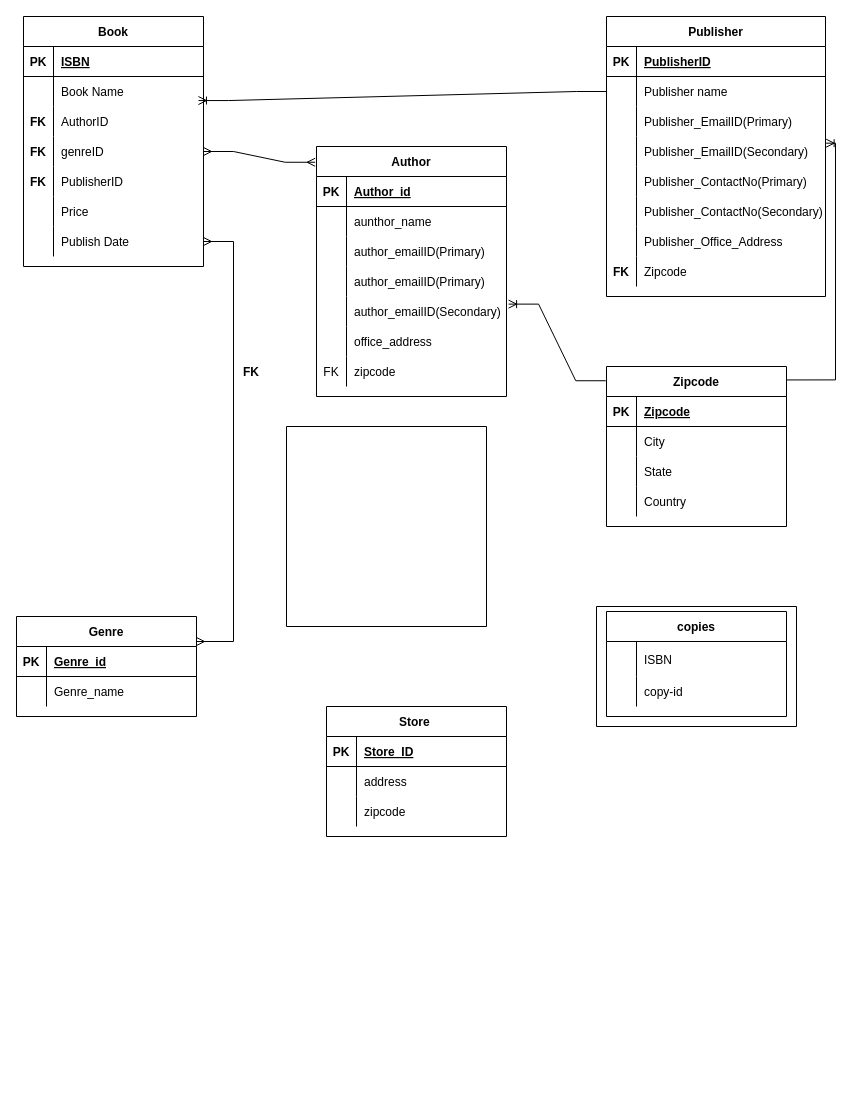
This is Untitled Diagram.drawio from NikhilK-crypto/DBMS, a draw.io file, before an edit. Source tidied: cells renumbered, new cells numbered last; positions are measured from the earlier drawing's top-left corner, leaving out a move shared by most shapes. Both pictures are drawn from the tidied source at 100%, with x=0, y=0 at pixel (16, 16).
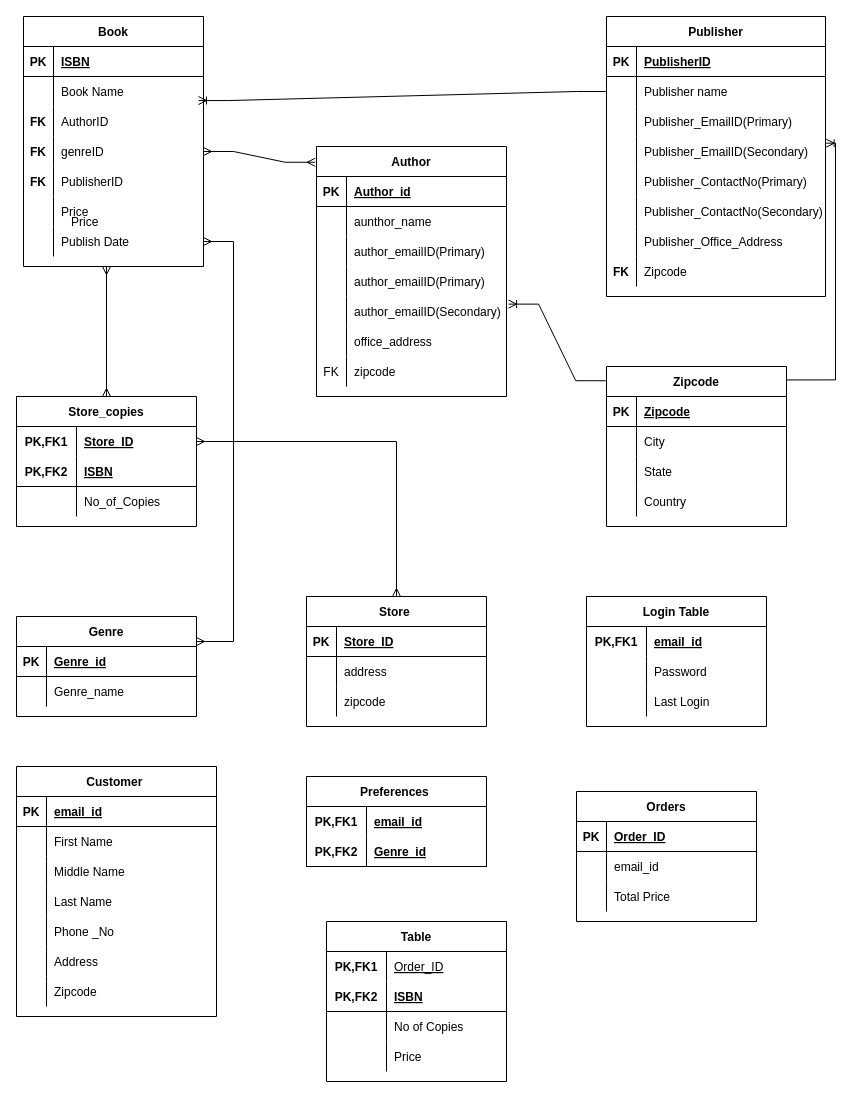
Above is the later version.

The edit, as a diff of the source:
```diff
@@
-    <mxCell id="99" value="FK" style="shape=partialRectangle;fillColor=none;top=0;left=0;bottom=0;right=0;overflow=hidden;fontStyle=1;" parent="1" vertex="1">
-      <mxGeometry x="220" y="340" width="30" height="30" as="geometry" />
-    </mxCell>
-    <mxCell id="100" value="copies" style="shape=table;startSize=30;childLayout=tableLayout;rowLines=0;fontStyle=1;align=center;" parent="1" vertex="1">
-      <mxGeometry x="590" y="595" width="180" height="105" as="geometry" />
-    </mxCell>
-    <mxCell id="101" style="shape=tableRow;horizontal=0;startSize=0;swimlaneHead=0;swimlaneBody=0;fillColor=none;top=0;left=0;right=0;bottom=0;" parent="100" vertex="1">
-      <mxGeometry y="30" width="180" height="35" as="geometry" />
-    </mxCell>
-    <mxCell id="102" style="shape=partialRectangle;fillColor=none;top=0;left=0;bottom=0;right=0;overflow=hidden;" parent="101" vertex="1">
-      <mxGeometry width="30" height="35" as="geometry" />
-    </mxCell>
-    <mxCell id="103" value="ISBN" style="shape=partialRectangle;fillColor=none;top=0;left=0;bottom=0;right=0;align=left;spacingLeft=6;overflow=hidden;" parent="101" vertex="1">
-      <mxGeometry x="30" width="150" height="35" as="geometry" />
-    </mxCell>
-    <mxCell id="104" style="shape=tableRow;horizontal=0;startSize=0;swimlaneHead=0;swimlaneBody=0;fillColor=none;top=0;left=0;right=0;bottom=0;" parent="100" vertex="1">
-      <mxGeometry y="65" width="180" height="30" as="geometry" />
-    </mxCell>
-    <mxCell id="105" style="shape=partialRectangle;fillColor=none;top=0;left=0;bottom=0;right=0;overflow=hidden;" parent="104" vertex="1">
-      <mxGeometry width="30" height="30" as="geometry" />
-    </mxCell>
-    <mxCell id="106" value="copy-id" style="shape=partialRectangle;fillColor=none;top=0;left=0;bottom=0;right=0;align=left;spacingLeft=6;overflow=hidden;" parent="104" vertex="1">
-      <mxGeometry x="30" width="150" height="30" as="geometry" />
-    </mxCell>
-    <mxCell id="107" style="swimlane;startSize=0;" parent="1" vertex="1">
-      <mxGeometry x="270" y="410" width="200" height="200" as="geometry" />
-    </mxCell>
-    <mxCell id="108" style="swimlane;startSize=0;" parent="1" vertex="1">
-      <mxGeometry x="580" y="590" width="200" height="120" as="geometry" />
-    </mxCell>
     <mxCell id="109" value="Store " style="shape=table;startSize=30;childLayout=tableLayout;rowLines=0;fontStyle=1;align=center;" parent="1" vertex="1">
-      <mxGeometry x="310" y="690" width="180" height="130" as="geometry" />
+      <mxGeometry x="290" y="580" width="180" height="130" as="geometry" />
     </mxCell>
@@
+    <mxCell id="119" value="Store_copies" style="shape=table;startSize=30;childLayout=tableLayout;rowLines=0;fontStyle=1;align=center;" parent="1" vertex="1">
+      <mxGeometry y="380" width="180" height="130" as="geometry" />
+    </mxCell>
+    <mxCell id="120" style="shape=tableRow;horizontal=0;startSize=0;swimlaneHead=0;swimlaneBody=0;fillColor=none;points=[[0,0.5],[1,0.5]];portConstraint=eastwest;top=0;left=0;right=0;bottom=0;" parent="119" vertex="1">
+      <mxGeometry y="30" width="180" height="30" as="geometry" />
+    </mxCell>
+    <mxCell id="121" value="PK,FK1" style="shape=partialRectangle;fillColor=none;top=0;left=0;bottom=0;right=0;fontStyle=1;overflow=hidden;" parent="120" vertex="1">
+      <mxGeometry width="60" height="30" as="geometry" />
+    </mxCell>
+    <mxCell id="122" value="Store_ID" style="shape=partialRectangle;fillColor=none;top=0;left=0;bottom=0;right=0;align=left;spacingLeft=6;fontStyle=5;overflow=hidden;" parent="120" vertex="1">
+      <mxGeometry x="60" width="120" height="30" as="geometry" />
+    </mxCell>
+    <mxCell id="123" style="shape=tableRow;horizontal=0;startSize=0;swimlaneHead=0;swimlaneBody=0;fillColor=none;top=0;left=0;right=0;bottom=1;" parent="119" vertex="1">
+      <mxGeometry y="60" width="180" height="30" as="geometry" />
+    </mxCell>
+    <mxCell id="124" value="PK,FK2" style="shape=partialRectangle;fillColor=none;top=0;left=0;bottom=0;right=0;fontStyle=1;overflow=hidden;" parent="123" vertex="1">
+      <mxGeometry width="60" height="30" as="geometry" />
+    </mxCell>
+    <mxCell id="125" value="ISBN" style="shape=partialRectangle;fillColor=none;top=0;left=0;bottom=0;right=0;align=left;spacingLeft=6;fontStyle=5;overflow=hidden;" parent="123" vertex="1">
+      <mxGeometry x="60" width="120" height="30" as="geometry" />
+    </mxCell>
+    <mxCell id="126" style="shape=tableRow;horizontal=0;startSize=0;swimlaneHead=0;swimlaneBody=0;fillColor=none;top=0;left=0;right=0;bottom=0;" parent="119" vertex="1">
+      <mxGeometry y="90" width="180" height="30" as="geometry" />
+    </mxCell>
+    <mxCell id="127" style="shape=partialRectangle;fillColor=none;top=0;left=0;bottom=0;right=0;overflow=hidden;" parent="126" vertex="1">
+      <mxGeometry width="60" height="30" as="geometry" />
+    </mxCell>
+    <mxCell id="128" value="No_of_Copies" style="shape=partialRectangle;fillColor=none;top=0;left=0;bottom=0;right=0;align=left;spacingLeft=6;overflow=hidden;" parent="126" vertex="1">
+      <mxGeometry x="60" width="120" height="30" as="geometry" />
+    </mxCell>
+    <mxCell id="129" style="fontSize=12;html=1;endArrow=ERmany;startArrow=ERmany;rounded=0;exitX=0.5;exitY=0;exitDx=0;exitDy=0;" parent="1" edge="1" source="119">
+      <mxGeometry relative="1" as="geometry">
+        <mxPoint x="90" y="250" as="targetPoint" />
+      </mxGeometry>
+    </mxCell>
+    <mxCell id="130" style="fontSize=12;html=1;endArrow=ERmany;startArrow=ERmany;rounded=0;exitX=0.5;exitY=0;exitDx=0;exitDy=0;edgeStyle=orthogonalEdgeStyle;entryX=1;entryY=0.5;entryDx=0;entryDy=0;" parent="1" edge="1" source="109" target="120">
+      <mxGeometry relative="1" as="geometry" />
+    </mxCell>
+    <mxCell id="131" value="Customer " style="shape=table;startSize=30;childLayout=tableLayout;rowLines=0;fontStyle=1;align=center;" parent="1" vertex="1">
+      <mxGeometry y="750" width="200" height="250" as="geometry" />
+    </mxCell>
+    <mxCell id="132" style="shape=tableRow;horizontal=0;startSize=0;swimlaneHead=0;swimlaneBody=0;fillColor=none;top=0;left=0;right=0;bottom=1;" parent="131" vertex="1">
+      <mxGeometry y="30" width="200" height="30" as="geometry" />
+    </mxCell>
+    <mxCell id="133" value="PK" style="shape=partialRectangle;fillColor=none;top=0;left=0;bottom=0;right=0;fontStyle=1;overflow=hidden;" parent="132" vertex="1">
+      <mxGeometry width="30" height="30" as="geometry" />
+    </mxCell>
+    <mxCell id="134" value="email_id" style="shape=partialRectangle;fillColor=none;top=0;left=0;bottom=0;right=0;align=left;spacingLeft=6;fontStyle=5;overflow=hidden;" parent="132" vertex="1">
+      <mxGeometry x="30" width="170" height="30" as="geometry" />
+    </mxCell>
+    <mxCell id="135" style="shape=tableRow;horizontal=0;startSize=0;swimlaneHead=0;swimlaneBody=0;fillColor=none;top=0;left=0;right=0;bottom=0;" parent="131" vertex="1">
+      <mxGeometry y="60" width="200" height="30" as="geometry" />
+    </mxCell>
+    <mxCell id="136" style="shape=partialRectangle;fillColor=none;top=0;left=0;bottom=0;right=0;overflow=hidden;" parent="135" vertex="1">
+      <mxGeometry width="30" height="30" as="geometry" />
+    </mxCell>
+    <mxCell id="137" value="First Name" style="shape=partialRectangle;fillColor=none;top=0;left=0;bottom=0;right=0;align=left;spacingLeft=6;overflow=hidden;" parent="135" vertex="1">
+      <mxGeometry x="30" width="170" height="30" as="geometry" />
+    </mxCell>
+    <mxCell id="138" style="shape=tableRow;horizontal=0;startSize=0;swimlaneHead=0;swimlaneBody=0;fillColor=none;top=0;left=0;right=0;bottom=0;" parent="131" vertex="1">
+      <mxGeometry y="90" width="200" height="30" as="geometry" />
+    </mxCell>
+    <mxCell id="139" style="shape=partialRectangle;fillColor=none;top=0;left=0;bottom=0;right=0;overflow=hidden;" parent="138" vertex="1">
+      <mxGeometry width="30" height="30" as="geometry" />
+    </mxCell>
+    <mxCell id="140" value="Middle Name" style="shape=partialRectangle;fillColor=none;top=0;left=0;bottom=0;right=0;align=left;spacingLeft=6;overflow=hidden;" parent="138" vertex="1">
+      <mxGeometry x="30" width="170" height="30" as="geometry" />
+    </mxCell>
+    <mxCell id="141" style="shape=tableRow;horizontal=0;startSize=0;swimlaneHead=0;swimlaneBody=0;fillColor=none;top=0;left=0;right=0;bottom=0;" parent="131" vertex="1">
+      <mxGeometry y="120" width="200" height="30" as="geometry" />
+    </mxCell>
+    <mxCell id="142" style="shape=partialRectangle;fillColor=none;top=0;left=0;bottom=0;right=0;overflow=hidden;" parent="141" vertex="1">
+      <mxGeometry width="30" height="30" as="geometry" />
+    </mxCell>
+    <mxCell id="143" value="Last Name " style="shape=partialRectangle;fillColor=none;top=0;left=0;bottom=0;right=0;align=left;spacingLeft=6;overflow=hidden;" parent="141" vertex="1">
+      <mxGeometry x="30" width="170" height="30" as="geometry" />
+    </mxCell>
+    <mxCell id="144" style="shape=tableRow;horizontal=0;startSize=0;swimlaneHead=0;swimlaneBody=0;fillColor=none;top=0;left=0;right=0;bottom=0;" parent="131" vertex="1">
+      <mxGeometry y="150" width="200" height="30" as="geometry" />
+    </mxCell>
+    <mxCell id="145" style="shape=partialRectangle;fillColor=none;top=0;left=0;bottom=0;right=0;overflow=hidden;" parent="144" vertex="1">
+      <mxGeometry width="30" height="30" as="geometry" />
+    </mxCell>
+    <mxCell id="146" value="Phone _No" style="shape=partialRectangle;fillColor=none;top=0;left=0;bottom=0;right=0;align=left;spacingLeft=6;overflow=hidden;" parent="144" vertex="1">
+      <mxGeometry x="30" width="170" height="30" as="geometry" />
+    </mxCell>
+    <mxCell id="147" style="shape=tableRow;horizontal=0;startSize=0;swimlaneHead=0;swimlaneBody=0;fillColor=none;top=0;left=0;right=0;bottom=0;" parent="131" vertex="1">
+      <mxGeometry y="180" width="200" height="30" as="geometry" />
+    </mxCell>
+    <mxCell id="148" style="shape=partialRectangle;fillColor=none;top=0;left=0;bottom=0;right=0;overflow=hidden;" parent="147" vertex="1">
+      <mxGeometry width="30" height="30" as="geometry" />
+    </mxCell>
+    <mxCell id="149" value="Address" style="shape=partialRectangle;fillColor=none;top=0;left=0;bottom=0;right=0;align=left;spacingLeft=6;overflow=hidden;" parent="147" vertex="1">
+      <mxGeometry x="30" width="170" height="30" as="geometry" />
+    </mxCell>
+    <mxCell id="150" style="shape=tableRow;horizontal=0;startSize=0;swimlaneHead=0;swimlaneBody=0;fillColor=none;top=0;left=0;right=0;bottom=0;" parent="131" vertex="1">
+      <mxGeometry y="210" width="200" height="30" as="geometry" />
+    </mxCell>
+    <mxCell id="151" style="shape=partialRectangle;fillColor=none;top=0;left=0;bottom=0;right=0;overflow=hidden;" parent="150" vertex="1">
+      <mxGeometry width="30" height="30" as="geometry" />
+    </mxCell>
+    <mxCell id="152" value="Zipcode" style="shape=partialRectangle;fillColor=none;top=0;left=0;bottom=0;right=0;align=left;spacingLeft=6;overflow=hidden;" parent="150" vertex="1">
+      <mxGeometry x="30" width="170" height="30" as="geometry" />
+    </mxCell>
+    <mxCell id="153" style="shape=tableRow;horizontal=0;startSize=0;swimlaneHead=0;swimlaneBody=0;fillColor=none;top=0;left=0;right=0;bottom=0;" parent="1" vertex="1">
+      <mxGeometry y="900" width="200" height="30" as="geometry" />
+    </mxCell>
+    <mxCell id="154" style="shape=partialRectangle;fillColor=none;top=0;left=0;bottom=0;right=0;overflow=hidden;" parent="153" vertex="1">
+      <mxGeometry width="30" height="30" as="geometry" />
+    </mxCell>
+    <mxCell id="155" style="shape=tableRow;horizontal=0;startSize=0;swimlaneHead=0;swimlaneBody=0;fillColor=none;top=0;left=0;right=0;bottom=0;" parent="1" vertex="1">
+      <mxGeometry x="17" y="190" width="180" height="30" as="geometry" />
+    </mxCell>
+    <mxCell id="156" style="shape=partialRectangle;fillColor=none;top=0;left=0;bottom=0;right=0;overflow=hidden;" parent="155" vertex="1">
+      <mxGeometry width="30" height="30" as="geometry" />
+    </mxCell>
+    <mxCell id="157" value="Price " style="shape=partialRectangle;fillColor=none;top=0;left=0;bottom=0;right=0;align=left;spacingLeft=6;overflow=hidden;" parent="155" vertex="1">
+      <mxGeometry x="30" width="150" height="30" as="geometry" />
+    </mxCell>
+    <mxCell id="158" value="Login Table" style="shape=table;startSize=30;childLayout=tableLayout;rowLines=0;fontStyle=1;align=center;" parent="1" vertex="1">
+      <mxGeometry x="570" y="580" width="180" height="130" as="geometry" />
+    </mxCell>
+    <mxCell id="159" style="shape=tableRow;horizontal=0;startSize=0;swimlaneHead=0;swimlaneBody=0;fillColor=none;top=0;left=0;right=0;bottom=0;" parent="158" vertex="1">
+      <mxGeometry y="30" width="180" height="30" as="geometry" />
+    </mxCell>
+    <mxCell id="160" value="PK,FK1" style="shape=partialRectangle;fillColor=none;top=0;left=0;bottom=0;right=0;fontStyle=1;overflow=hidden;" parent="159" vertex="1">
+      <mxGeometry width="60" height="30" as="geometry" />
+    </mxCell>
+    <mxCell id="161" value="email_id" style="shape=partialRectangle;fillColor=none;top=0;left=0;bottom=0;right=0;align=left;spacingLeft=6;fontStyle=5;overflow=hidden;" parent="159" vertex="1">
+      <mxGeometry x="60" width="120" height="30" as="geometry" />
+    </mxCell>
+    <mxCell id="162" style="shape=tableRow;horizontal=0;startSize=0;swimlaneHead=0;swimlaneBody=0;fillColor=none;top=0;left=0;right=0;bottom=0;" parent="158" vertex="1">
+      <mxGeometry y="60" width="180" height="30" as="geometry" />
+    </mxCell>
+    <mxCell id="163" style="shape=partialRectangle;fillColor=none;top=0;left=0;bottom=0;right=0;overflow=hidden;" parent="162" vertex="1">
+      <mxGeometry width="60" height="30" as="geometry" />
+    </mxCell>
+    <mxCell id="164" value="Password" style="shape=partialRectangle;fillColor=none;top=0;left=0;bottom=0;right=0;align=left;spacingLeft=6;overflow=hidden;" parent="162" vertex="1">
+      <mxGeometry x="60" width="120" height="30" as="geometry" />
+    </mxCell>
+    <mxCell id="165" style="shape=tableRow;horizontal=0;startSize=0;swimlaneHead=0;swimlaneBody=0;fillColor=none;top=0;left=0;right=0;bottom=0;" parent="158" vertex="1">
+      <mxGeometry y="90" width="180" height="30" as="geometry" />
+    </mxCell>
+    <mxCell id="166" style="shape=partialRectangle;fillColor=none;top=0;left=0;bottom=0;right=0;overflow=hidden;" parent="165" vertex="1">
+      <mxGeometry width="60" height="30" as="geometry" />
+    </mxCell>
+    <mxCell id="167" value="Last Login" style="shape=partialRectangle;fillColor=none;top=0;left=0;bottom=0;right=0;align=left;spacingLeft=6;overflow=hidden;" parent="165" vertex="1">
+      <mxGeometry x="60" width="120" height="30" as="geometry" />
+    </mxCell>
+    <mxCell id="168" value="Preferences " style="shape=table;startSize=30;childLayout=tableLayout;rowLines=0;fontStyle=1;align=center;" parent="1" vertex="1">
+      <mxGeometry x="290" y="760" width="180" height="90" as="geometry" />
+    </mxCell>
+    <mxCell id="169" style="shape=tableRow;horizontal=0;startSize=0;swimlaneHead=0;swimlaneBody=0;fillColor=none;top=0;left=0;right=0;bottom=0;" parent="168" vertex="1">
+      <mxGeometry y="30" width="180" height="30" as="geometry" />
+    </mxCell>
+    <mxCell id="170" value="PK,FK1" style="shape=partialRectangle;fillColor=none;top=0;left=0;bottom=0;right=0;fontStyle=1;overflow=hidden;" parent="169" vertex="1">
+      <mxGeometry width="60" height="30" as="geometry" />
+    </mxCell>
+    <mxCell id="171" value="email_id" style="shape=partialRectangle;fillColor=none;top=0;left=0;bottom=0;right=0;align=left;spacingLeft=6;fontStyle=5;overflow=hidden;" parent="169" vertex="1">
+      <mxGeometry x="60" width="120" height="30" as="geometry" />
+    </mxCell>
+    <mxCell id="172" style="shape=tableRow;horizontal=0;startSize=0;swimlaneHead=0;swimlaneBody=0;fillColor=none;top=0;left=0;right=0;bottom=1;" parent="168" vertex="1">
+      <mxGeometry y="60" width="180" height="30" as="geometry" />
+    </mxCell>
+    <mxCell id="173" value="PK,FK2" style="shape=partialRectangle;fillColor=none;top=0;left=0;bottom=0;right=0;fontStyle=1;overflow=hidden;" parent="172" vertex="1">
+      <mxGeometry width="60" height="30" as="geometry" />
+    </mxCell>
+    <mxCell id="174" value="Genre_id" style="shape=partialRectangle;fillColor=none;top=0;left=0;bottom=0;right=0;align=left;spacingLeft=6;fontStyle=5;overflow=hidden;" parent="172" vertex="1">
+      <mxGeometry x="60" width="120" height="30" as="geometry" />
+    </mxCell>
+    <mxCell id="175" value="Orders" style="shape=table;startSize=30;childLayout=tableLayout;rowLines=0;fontStyle=1;align=center;" parent="1" vertex="1">
+      <mxGeometry x="560" y="775" width="180" height="130" as="geometry" />
+    </mxCell>
+    <mxCell id="176" style="shape=tableRow;horizontal=0;startSize=0;swimlaneHead=0;swimlaneBody=0;fillColor=none;top=0;left=0;right=0;bottom=1;" parent="175" vertex="1">
+      <mxGeometry y="30" width="180" height="30" as="geometry" />
+    </mxCell>
+    <mxCell id="177" value="PK" style="shape=partialRectangle;fillColor=none;top=0;left=0;bottom=0;right=0;fontStyle=1;overflow=hidden;" parent="176" vertex="1">
+      <mxGeometry width="30" height="30" as="geometry" />
+    </mxCell>
+    <mxCell id="178" value="Order_ID" style="shape=partialRectangle;fillColor=none;top=0;left=0;bottom=0;right=0;align=left;spacingLeft=6;fontStyle=5;overflow=hidden;" parent="176" vertex="1">
+      <mxGeometry x="30" width="150" height="30" as="geometry" />
+    </mxCell>
+    <mxCell id="179" style="shape=tableRow;horizontal=0;startSize=0;swimlaneHead=0;swimlaneBody=0;fillColor=none;top=0;left=0;right=0;bottom=0;" parent="175" vertex="1">
+      <mxGeometry y="60" width="180" height="30" as="geometry" />
+    </mxCell>
+    <mxCell id="180" style="shape=partialRectangle;fillColor=none;top=0;left=0;bottom=0;right=0;overflow=hidden;" parent="179" vertex="1">
+      <mxGeometry width="30" height="30" as="geometry" />
+    </mxCell>
+    <mxCell id="181" value="email_id" style="shape=partialRectangle;fillColor=none;top=0;left=0;bottom=0;right=0;align=left;spacingLeft=6;overflow=hidden;" parent="179" vertex="1">
+      <mxGeometry x="30" width="150" height="30" as="geometry" />
+    </mxCell>
+    <mxCell id="182" style="shape=tableRow;horizontal=0;startSize=0;swimlaneHead=0;swimlaneBody=0;fillColor=none;top=0;left=0;right=0;bottom=0;" parent="175" vertex="1">
+      <mxGeometry y="90" width="180" height="30" as="geometry" />
+    </mxCell>
+    <mxCell id="183" style="shape=partialRectangle;fillColor=none;top=0;left=0;bottom=0;right=0;overflow=hidden;" parent="182" vertex="1">
+      <mxGeometry width="30" height="30" as="geometry" />
+    </mxCell>
+    <mxCell id="184" value="Total Price " style="shape=partialRectangle;fillColor=none;top=0;left=0;bottom=0;right=0;align=left;spacingLeft=6;overflow=hidden;" parent="182" vertex="1">
+      <mxGeometry x="30" width="150" height="30" as="geometry" />
+    </mxCell>
+    <mxCell id="185" value="Table" style="shape=table;startSize=30;childLayout=tableLayout;rowLines=0;fontStyle=1;align=center;" parent="1" vertex="1">
+      <mxGeometry x="310" y="905" width="180" height="160" as="geometry" />
+    </mxCell>
+    <mxCell id="186" style="shape=tableRow;horizontal=0;startSize=0;swimlaneHead=0;swimlaneBody=0;fillColor=none;top=0;left=0;right=0;bottom=0;" parent="185" vertex="1">
+      <mxGeometry y="30" width="180" height="30" as="geometry" />
+    </mxCell>
+    <mxCell id="187" value="PK,FK1" style="shape=partialRectangle;fillColor=none;top=0;left=0;bottom=0;right=0;fontStyle=1;overflow=hidden;" parent="186" vertex="1">
+      <mxGeometry width="60" height="30" as="geometry" />
+    </mxCell>
+    <mxCell id="188" value="Order_ID" style="shape=partialRectangle;fillColor=none;top=0;left=0;bottom=0;right=0;align=left;spacingLeft=6;fontStyle=4;overflow=hidden;" parent="186" vertex="1">
+      <mxGeometry x="60" width="120" height="30" as="geometry" />
+    </mxCell>
+    <mxCell id="189" style="shape=tableRow;horizontal=0;startSize=0;swimlaneHead=0;swimlaneBody=0;fillColor=none;top=0;left=0;right=0;bottom=1;" parent="185" vertex="1">
+      <mxGeometry y="60" width="180" height="30" as="geometry" />
+    </mxCell>
+    <mxCell id="190" value="PK,FK2" style="shape=partialRectangle;fillColor=none;top=0;left=0;bottom=0;right=0;fontStyle=1;overflow=hidden;" parent="189" vertex="1">
+      <mxGeometry width="60" height="30" as="geometry" />
+    </mxCell>
+    <mxCell id="191" value="ISBN" style="shape=partialRectangle;fillColor=none;top=0;left=0;bottom=0;right=0;align=left;spacingLeft=6;fontStyle=5;overflow=hidden;" parent="189" vertex="1">
+      <mxGeometry x="60" width="120" height="30" as="geometry" />
+    </mxCell>
+    <mxCell id="192" style="shape=tableRow;horizontal=0;startSize=0;swimlaneHead=0;swimlaneBody=0;fillColor=none;top=0;left=0;right=0;bottom=0;" parent="185" vertex="1">
+      <mxGeometry y="90" width="180" height="30" as="geometry" />
+    </mxCell>
+    <mxCell id="193" style="shape=partialRectangle;fillColor=none;top=0;left=0;bottom=0;right=0;overflow=hidden;" parent="192" vertex="1">
+      <mxGeometry width="60" height="30" as="geometry" />
+    </mxCell>
+    <mxCell id="194" value="No of Copies" style="shape=partialRectangle;fillColor=none;top=0;left=0;bottom=0;right=0;align=left;spacingLeft=6;overflow=hidden;" parent="192" vertex="1">
+      <mxGeometry x="60" width="120" height="30" as="geometry" />
+    </mxCell>
+    <mxCell id="195" style="shape=tableRow;horizontal=0;startSize=0;swimlaneHead=0;swimlaneBody=0;fillColor=none;top=0;left=0;right=0;bottom=0;" parent="185" vertex="1">
+      <mxGeometry y="120" width="180" height="30" as="geometry" />
+    </mxCell>
+    <mxCell id="196" style="shape=partialRectangle;fillColor=none;top=0;left=0;bottom=0;right=0;overflow=hidden;" parent="195" vertex="1">
+      <mxGeometry width="60" height="30" as="geometry" />
+    </mxCell>
+    <mxCell id="197" value="Price " style="shape=partialRectangle;fillColor=none;top=0;left=0;bottom=0;right=0;align=left;spacingLeft=6;overflow=hidden;" parent="195" vertex="1">
+      <mxGeometry x="60" width="120" height="30" as="geometry" />
+    </mxCell>
```
